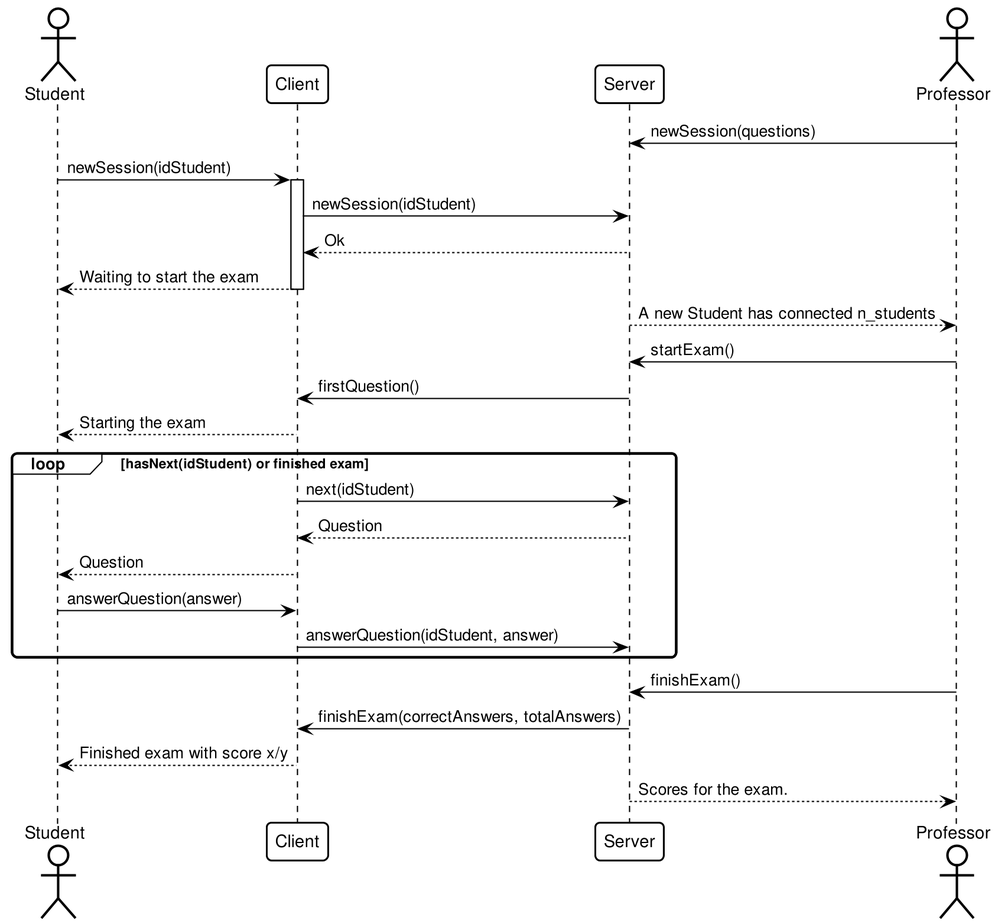
sergisi/java-rmi keeps this PlantUML diagram as doc/img/uml-flow.png. Above is the earlier version.
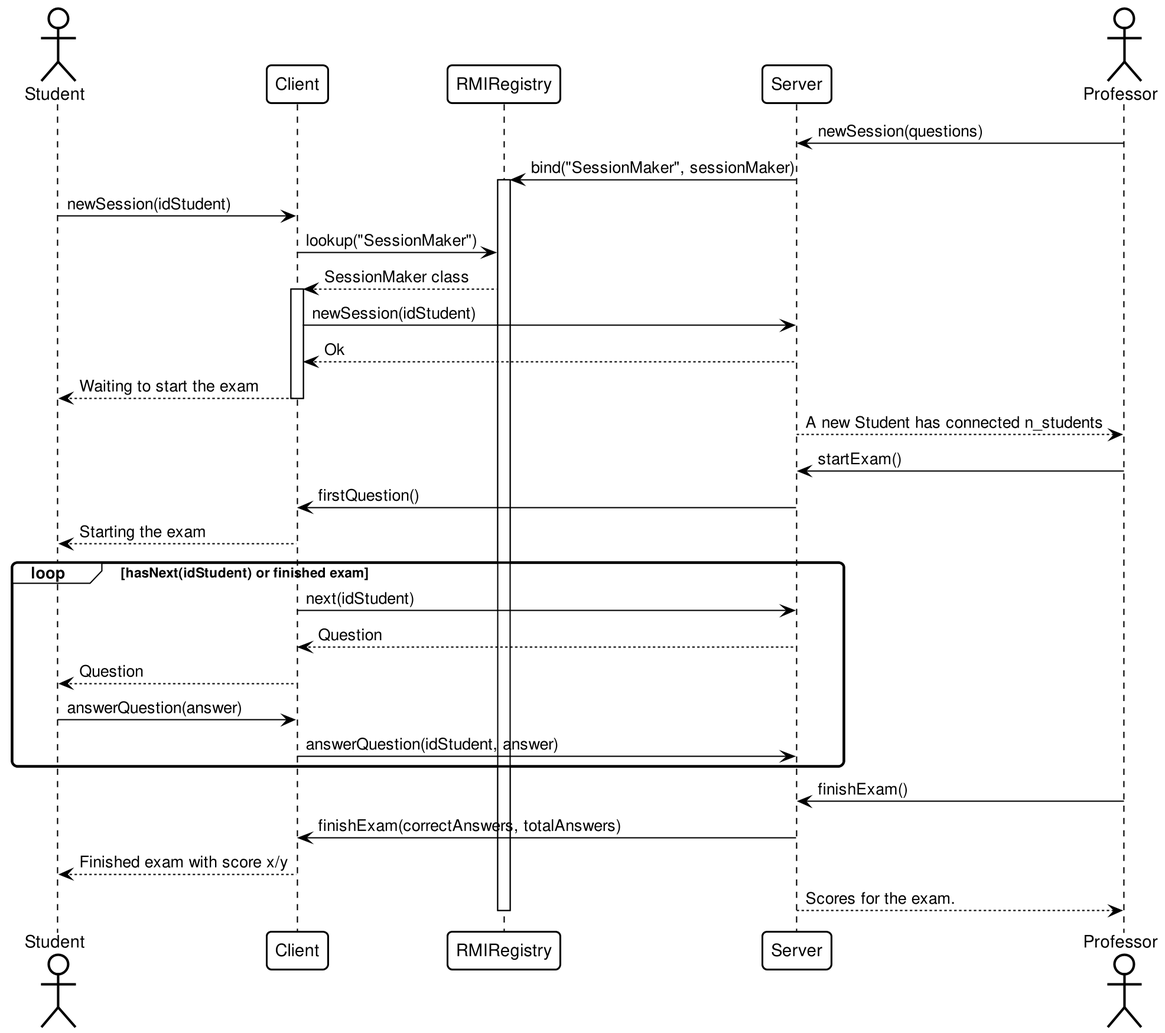
After the commit.

Commit message:
Changed Sequence and Classes.

The edit, as a diff of the source:
```diff
@@ -3,11 +3,16 @@
 !include BASEPATH/global/stylesheet.puml
 actor Student order 0
 participant Client order 10
+participant RMIRegistry order 15
 participant Server order 20
 actor Professor order 30
 
 Professor -> Server : newSession(questions)
+Server -> RMIRegistry : bind("SessionMaker", sessionMaker)
+activate RMIRegistry
 Student -> Client : newSession(idStudent)
+Client -> RMIRegistry : lookup("SessionMaker")
+RMIRegistry --> Client : SessionMaker class
 activate Client
 
 Client -> Server : newSession(idStudent)
@@ -35,4 +40,5 @@
 Student <-- Client: Finished exam with score x/y
 
 Professor <-- Server: Scores for the exam.
+deactivate RMIRegistry
 @enduml
```
